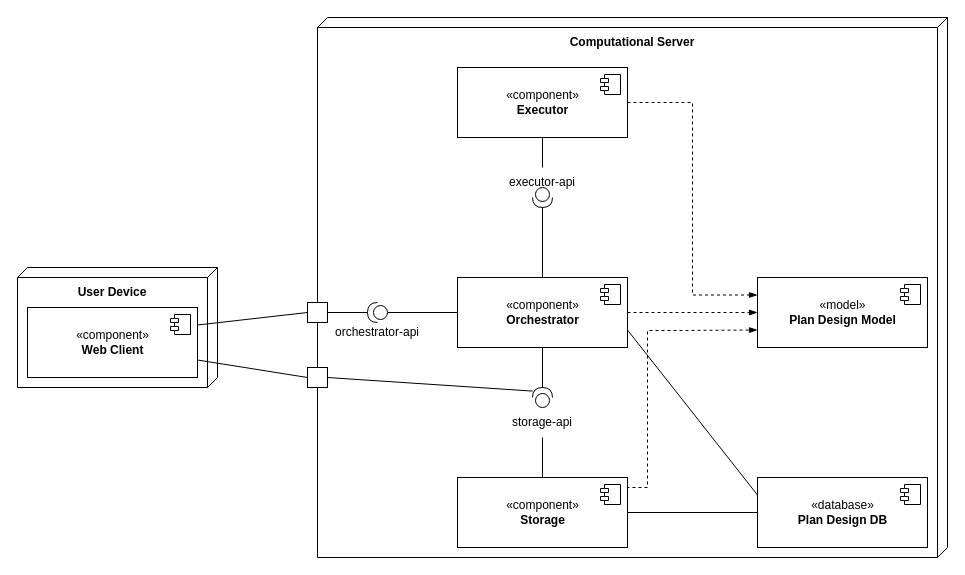
The draw.io diagram master/sources/diploma/architecture/diagrams/common/component.drawio in stalker-fc/diploma, before the edit. Source tidied: cells renumbered, new cells numbered last; positions are measured from the earlier drawing's top-left corner, leaving out a move shared by most shapes. Both pictures are drawn from the tidied source at 100%, with x=0, y=0 at pixel (17, 17).
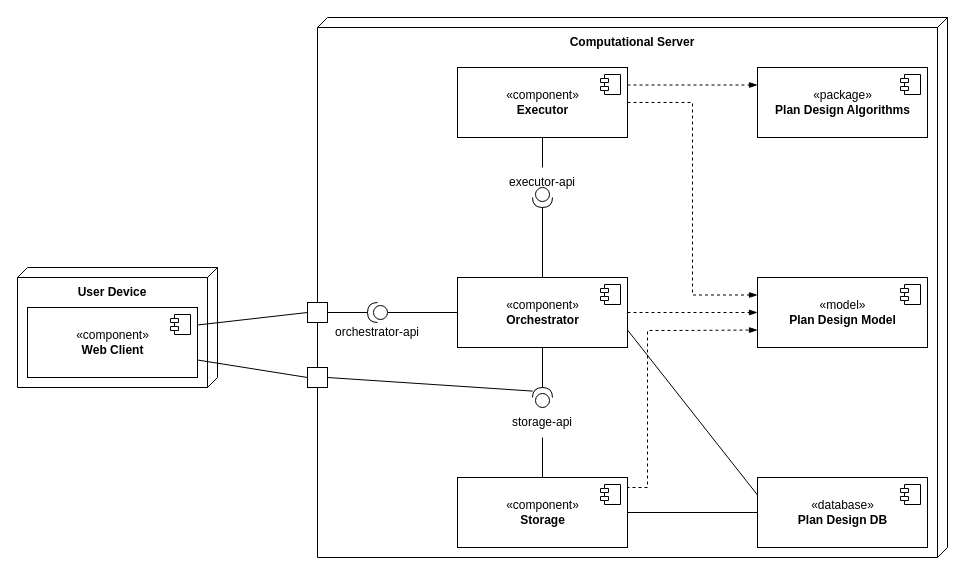
Above is the later version.

The change refers to these unchanged cells:
```xml
<mxCell id="11" value="«component»&lt;br&gt;&lt;b&gt;Executor&lt;/b&gt;" style="html=1;" parent="1" vertex="1">
  <mxGeometry x="440" y="50" width="170" height="70" as="geometry" />
</mxCell>
```

What changed in the source:
```diff
@@
+    <mxCell id="41" style="edgeStyle=orthogonalEdgeStyle;rounded=0;jettySize=auto;html=1;exitX=1;exitY=0.25;exitDx=0;exitDy=0;entryX=0;entryY=0.25;entryDx=0;entryDy=0;endArrow=blockThin;endFill=1;dashed=1;" parent="1" edge="1" source="11" target="42">
+      <mxGeometry relative="1" as="geometry" />
+    </mxCell>
@@
+    <mxCell id="42" value="«package»&lt;br&gt;&lt;b&gt;Plan Design Algorithms&lt;/b&gt;" style="html=1;" parent="1" vertex="1">
+      <mxGeometry x="740" y="50" width="170" height="70" as="geometry" />
+    </mxCell>
+    <mxCell id="43" style="shape=module;jettyWidth=8;jettyHeight=4;" parent="42" vertex="1">
+      <mxGeometry x="1" width="20" height="20" relative="1" as="geometry">
+        <mxPoint x="-27" y="7" as="offset" />
+      </mxGeometry>
+    </mxCell>
```
